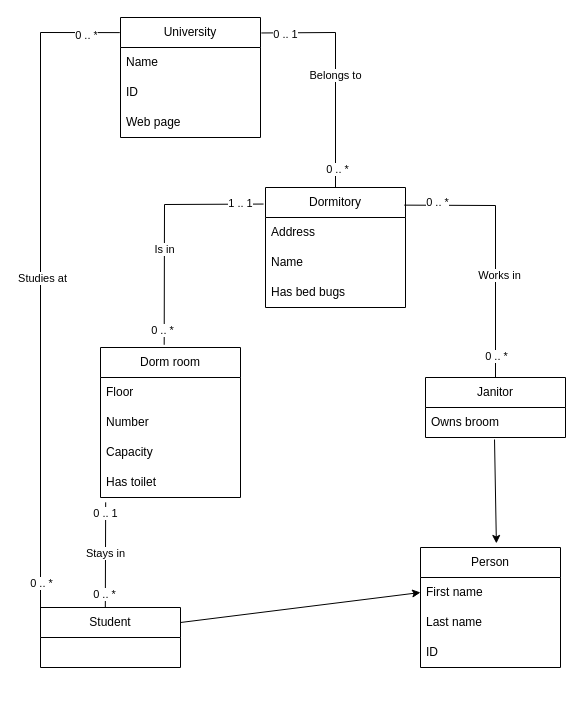
Before: HW1/task1.drawio in OlcorOlcor/DataFormats, a draw.io diagram. Source tidied: cells renumbered, new cells numbered last; positions are measured from the earlier drawing's top-left corner, leaving out a move shared by most shapes. Both pictures are drawn from the tidied source at 100%, with x=0, y=0 at pixel (40, 17).
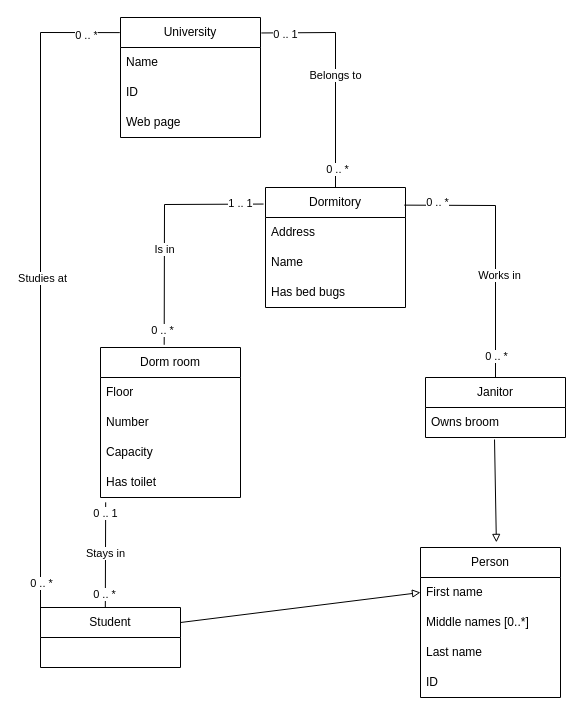
After the change.

Unchanged cells that the change refers to:
```xml
<mxCell id="12" value="First name" style="text;strokeColor=none;fillColor=none;align=left;verticalAlign=middle;spacingLeft=4;spacingRight=4;overflow=hidden;points=[[0,0.5],[1,0.5]];portConstraint=eastwest;whiteSpace=wrap;html=1;" parent="11" vertex="1">
  <mxGeometry y="30" width="140" height="30" as="geometry" />
</mxCell>
<mxCell id="15" value="Student" style="swimlane;fontStyle=0;horizontal=1;startSize=30;whiteSpace=wrap;html=1;" parent="1" vertex="1">
  <mxGeometry y="590" width="140" height="60" as="geometry" />
</mxCell>
<mxCell id="17" value="Owns broom" style="text;strokeColor=none;fillColor=none;align=left;verticalAlign=middle;spacingLeft=4;spacingRight=4;overflow=hidden;points=[[0,0.5],[1,0.5]];portConstraint=eastwest;whiteSpace=wrap;html=1;" parent="16" vertex="1">
  <mxGeometry y="30" width="140" height="30" as="geometry" />
</mxCell>
```

The edit, as a diff of the source:
```diff
@@
     <mxCell id="11" value="Person" style="swimlane;fontStyle=0;horizontal=1;startSize=30;whiteSpace=wrap;html=1;" parent="1" vertex="1">
-      <mxGeometry x="380" y="530" width="140" height="120" as="geometry" />
+      <mxGeometry x="380" y="530" width="140" height="150" as="geometry" />
     </mxCell>
@@
+    <mxCell id="44" value="Middle names [0..*]" style="text;strokeColor=none;fillColor=none;align=left;verticalAlign=middle;spacingLeft=4;spacingRight=4;overflow=hidden;whiteSpace=wrap;html=1;" parent="11" vertex="1">
+      <mxGeometry y="60" width="140" height="30" as="geometry" />
+    </mxCell>
     <mxCell id="13" value="Last name" style="text;strokeColor=none;fillColor=none;align=left;verticalAlign=middle;spacingLeft=4;spacingRight=4;overflow=hidden;whiteSpace=wrap;html=1;" parent="11" vertex="1">
-      <mxGeometry y="60" width="140" height="30" as="geometry" />
+      <mxGeometry y="90" width="140" height="30" as="geometry" />
     </mxCell>
     <mxCell id="14" value="ID" style="text;strokeColor=none;fillColor=none;align=left;verticalAlign=middle;spacingLeft=4;spacingRight=4;overflow=hidden;whiteSpace=wrap;html=1;" parent="11" vertex="1">
-      <mxGeometry y="90" width="140" height="30" as="geometry" />
+      <mxGeometry y="120" width="140" height="30" as="geometry" />
     </mxCell>
@@
-    <mxCell id="22" style="endArrow=classic;html=1;rounded=0;entryX=0.542;entryY=-0.034;entryDx=0;entryDy=0;exitX=0.493;exitY=1.067;exitDx=0;exitDy=0;exitPerimeter=0;entryPerimeter=0;" parent="1" edge="1" source="17" target="11">
+    <mxCell id="22" style="endArrow=block;html=1;rounded=0;entryX=0.542;entryY=-0.034;entryDx=0;entryDy=0;exitX=0.493;exitY=1.067;exitDx=0;exitDy=0;exitPerimeter=0;entryPerimeter=0;endFill=0;" parent="1" edge="1" source="17" target="11">
       <mxGeometry relative="1" as="geometry" />
     </mxCell>
-    <mxCell id="23" style="endArrow=classic;html=1;rounded=0;exitX=1;exitY=0.25;exitDx=0;exitDy=0;entryX=0;entryY=0.5;entryDx=0;entryDy=0;" parent="1" edge="1" source="15" target="12">
+    <mxCell id="23" style="endArrow=block;html=1;rounded=0;exitX=1;exitY=0.25;exitDx=0;exitDy=0;entryX=0;entryY=0.5;entryDx=0;entryDy=0;endFill=0;" parent="1" edge="1" source="15" target="12">
       <mxGeometry relative="1" as="geometry" />
     </mxCell>
```
